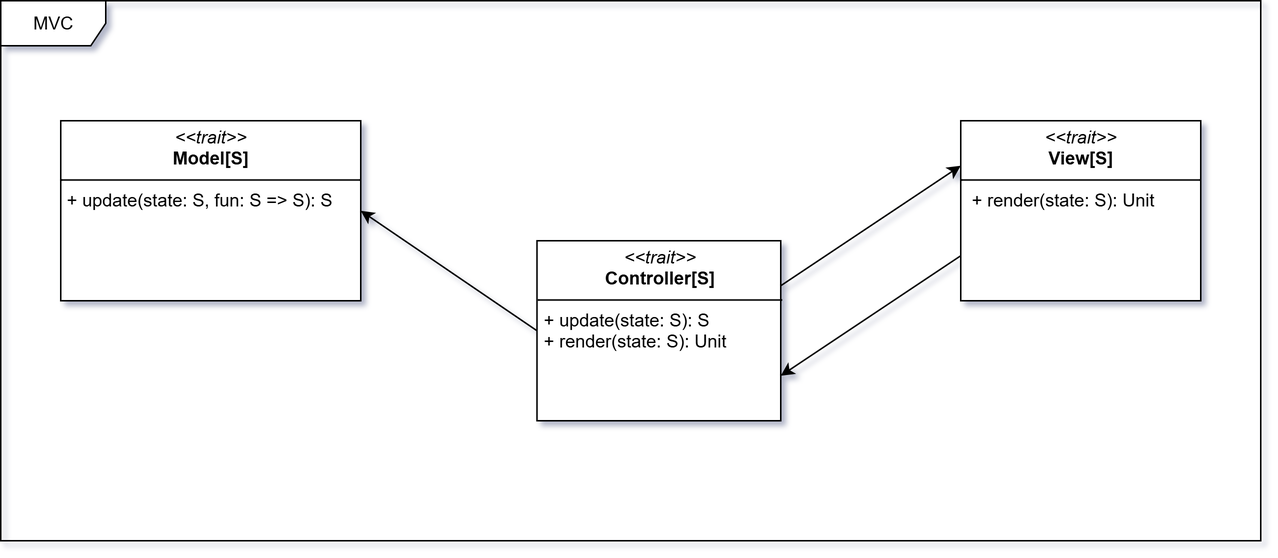
Scala-Robotics-Simulator/PPS-22-srs keeps this draw.io diagram as docs/static/img/03-architectural-design/mvc.png. Above is the earlier version. Source tidied: cells renumbered, new cells last; positions are measured from the earlier drawing's top-left corner, leaving out a move shared by most shapes.
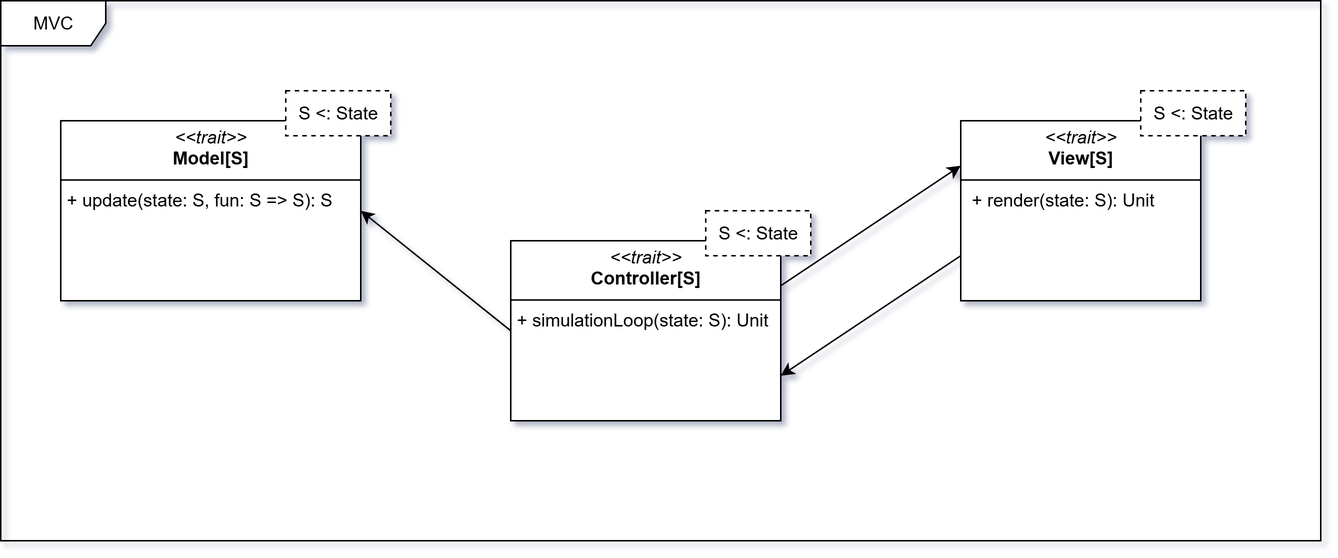
After the commit.

The edit, as a diff of the source:
```diff
@@ -3,7 +3,7 @@
     <mxCell id="0" />
     <mxCell id="1" parent="0" />
     <mxCell id="2" value="MVC" style="shape=umlFrame;whiteSpace=wrap;html=1;width=70;height=30;" parent="1" vertex="1">
-      <mxGeometry width="840" height="360" as="geometry" />
+      <mxGeometry width="880" height="360" as="geometry" />
     </mxCell>
     <mxCell id="3" style="rounded=0;jettySize=auto;html=1;entryX=1;entryY=0.5;entryDx=0;entryDy=0;exitX=0;exitY=0.5;exitDx=0;exitDy=0;" parent="1" edge="1" source="5" target="8">
       <mxGeometry relative="1" as="geometry" />
@@ -11,8 +11,8 @@
     <mxCell id="4" style="rounded=0;jettySize=auto;html=1;entryX=0;entryY=0.25;entryDx=0;entryDy=0;exitX=1;exitY=0.25;exitDx=0;exitDy=0;" parent="1" edge="1" source="5" target="7">
       <mxGeometry relative="1" as="geometry" />
     </mxCell>
-    <mxCell id="5" value="&lt;p style=&quot;margin:0px;margin-top:4px;text-align:center;&quot;&gt;&lt;i&gt;&amp;lt;&amp;lt;trait&amp;gt;&amp;gt;&lt;/i&gt;&lt;br&gt;&lt;b&gt;Controller[S]&lt;/b&gt;&lt;/p&gt;&lt;hr size=&quot;1&quot; style=&quot;border-style:solid;&quot;&gt;&lt;p style=&quot;margin:0px;margin-left:4px;&quot;&gt;+ update(state: S): S&lt;/p&gt;&lt;p style=&quot;margin:0px;margin-left:4px;&quot;&gt;+ render(state: S): Unit&lt;/p&gt;" style="verticalAlign=top;align=left;overflow=fill;html=1;whiteSpace=wrap;" parent="1" vertex="1">
-      <mxGeometry x="357.5" y="160" width="162.5" height="120" as="geometry" />
+    <mxCell id="5" value="&lt;p style=&quot;margin:0px;margin-top:4px;text-align:center;&quot;&gt;&lt;i&gt;&amp;lt;&amp;lt;trait&amp;gt;&amp;gt;&lt;/i&gt;&lt;br&gt;&lt;b&gt;Controller[S]&lt;/b&gt;&lt;/p&gt;&lt;hr size=&quot;1&quot; style=&quot;border-style:solid;&quot;&gt;&lt;p style=&quot;margin:0px;margin-left:4px;&quot;&gt;&lt;span style=&quot;background-color: transparent; color: light-dark(rgb(0, 0, 0), rgb(255, 255, 255));&quot;&gt;+ simulationLoop(state: S): Unit&lt;/span&gt;&lt;/p&gt;" style="verticalAlign=top;align=left;overflow=fill;html=1;whiteSpace=wrap;" parent="1" vertex="1">
+      <mxGeometry x="340" y="160" width="180" height="120" as="geometry" />
     </mxCell>
     <mxCell id="6" style="rounded=0;jettySize=auto;html=1;entryX=1;entryY=0.75;entryDx=0;entryDy=0;exitX=0;exitY=0.75;exitDx=0;exitDy=0;" parent="1" edge="1" source="7" target="5">
       <mxGeometry relative="1" as="geometry" />
@@ -23,5 +23,14 @@
     <mxCell id="8" value="&lt;p style=&quot;margin:0px;margin-top:4px;text-align:center;&quot;&gt;&lt;i style=&quot;&quot;&gt;&amp;lt;&amp;lt;trait&amp;gt;&amp;gt;&lt;/i&gt;&lt;br&gt;&lt;b&gt;Model[S]&lt;/b&gt;&lt;/p&gt;&lt;hr size=&quot;1&quot; style=&quot;border-style:solid;&quot;&gt;&lt;p style=&quot;margin:0px;margin-left:4px;&quot;&gt;+ update(state: S, fun: S =&amp;gt; S): S&lt;/p&gt;" style="verticalAlign=top;align=left;overflow=fill;html=1;whiteSpace=wrap;" parent="1" vertex="1">
       <mxGeometry x="40" y="80" width="200" height="120" as="geometry" />
     </mxCell>
+    <mxCell id="9" value="S &amp;lt;: State" style="rounded=0;whiteSpace=wrap;html=1;dashed=1;" parent="1" vertex="1">
+      <mxGeometry x="190" y="60" width="70" height="30" as="geometry" />
+    </mxCell>
+    <mxCell id="10" value="S &amp;lt;: State" style="rounded=0;whiteSpace=wrap;html=1;dashed=1;" parent="1" vertex="1">
+      <mxGeometry x="470" y="140" width="70" height="30" as="geometry" />
+    </mxCell>
+    <mxCell id="11" value="S &amp;lt;: State" style="rounded=0;whiteSpace=wrap;html=1;dashed=1;" parent="1" vertex="1">
+      <mxGeometry x="760" y="60" width="70" height="30" as="geometry" />
+    </mxCell>
   </root>
 </mxGraphModel>
```
